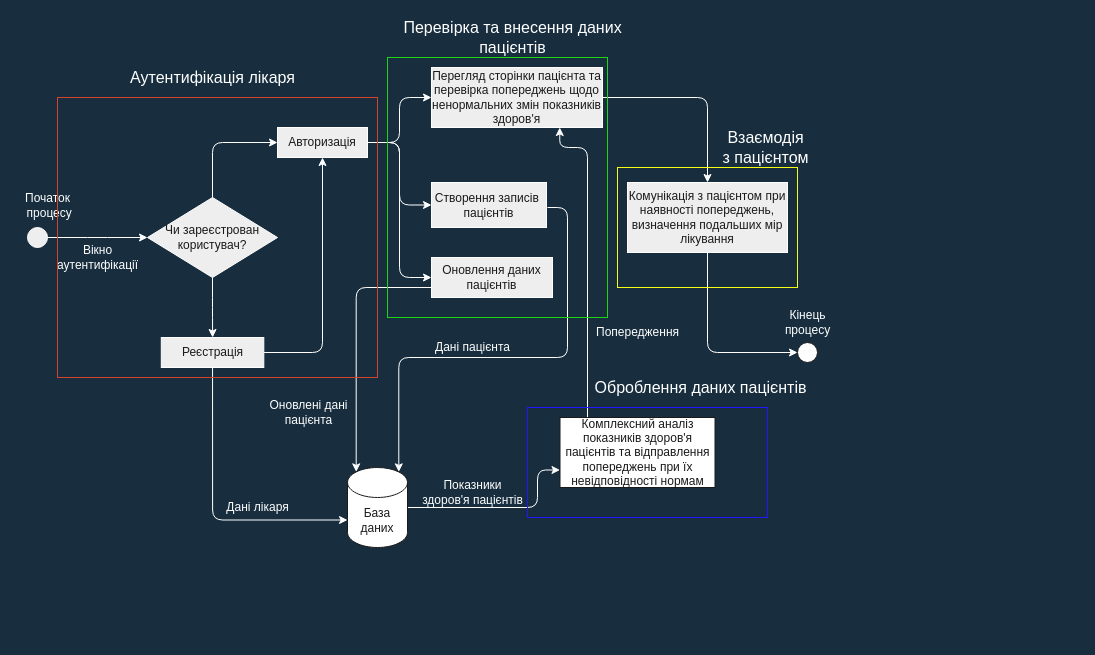
Before: Untitled Diagram.drawio in se4inilya/MAOKG, a draw.io diagram. Source tidied: cells renumbered, new cells numbered last; positions are measured from the earlier drawing's top-left corner, leaving out a move shared by most shapes. Both pictures are drawn from the tidied source at 100%, with x=0, y=0 at pixel (17, 17).
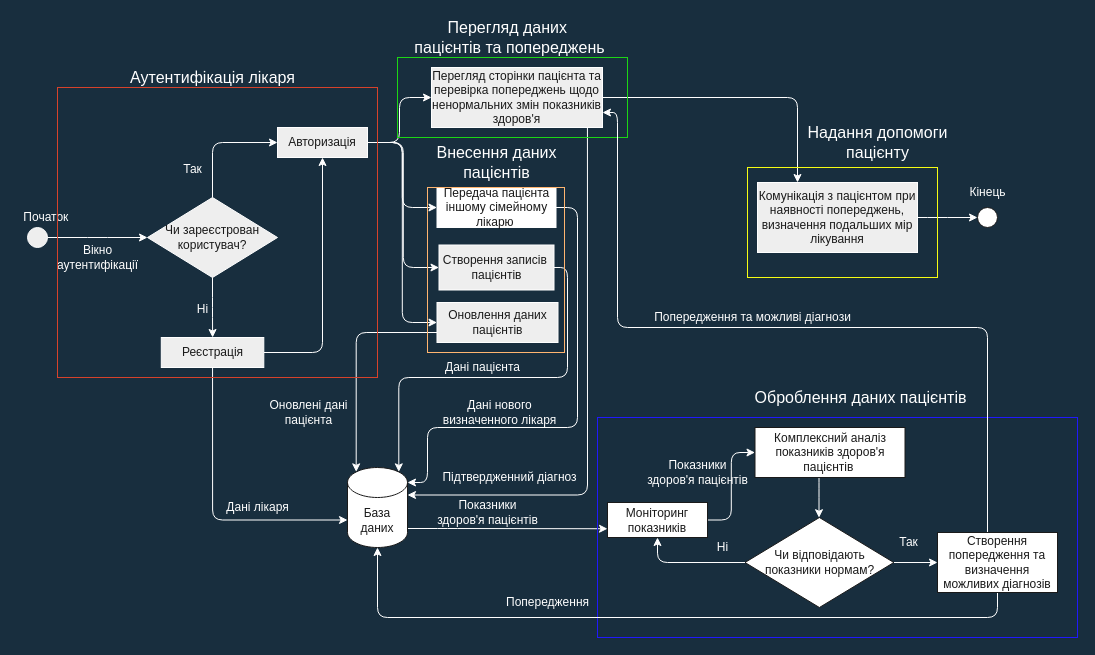
Above is the later version.

Unchanged cells that the change refers to:
```xml
<mxCell id="13" value="&lt;font color=&quot;#1a1a1a&quot;&gt;Авторизація&lt;/font&gt;" style="whiteSpace=wrap;html=1;fillColor=#EEEEEE;strokeColor=#FFFFFF;fontColor=#FFFFFF;rounded=0;sketch=0;" parent="1" vertex="1">
  <mxGeometry x="260" y="110" width="90" height="30" as="geometry" />
</mxCell>
<mxCell id="18" value="&lt;span style=&quot;background-color: rgb(255 , 255 , 255)&quot;&gt;База даних&lt;/span&gt;" style="shape=cylinder3;whiteSpace=wrap;html=1;boundedLbl=1;backgroundOutline=1;size=15;rounded=0;sketch=0;fontSize=12;fontColor=#1A1A1A;strokeColor=#1A1A1A;fillColor=#FFFFFF;" parent="1" vertex="1">
  <mxGeometry x="330" y="450" width="60" height="80" as="geometry" />
</mxCell>
<mxCell id="22" value="&lt;font color=&quot;#1a1a1a&quot;&gt;Перегляд сторінки пацієнта та перевірка попереджень щодо ненормальних змін показників здоров'я&lt;/font&gt;" style="whiteSpace=wrap;html=1;fillColor=#EEEEEE;strokeColor=#FFFFFF;fontColor=#FFFFFF;rounded=0;sketch=0;" parent="1" vertex="1">
  <mxGeometry x="414" y="50" width="171" height="60" as="geometry" />
</mxCell>
```

Change to the diagram source:
```diff
@@
-    <mxCell id="4" value="Початок&lt;br&gt;&amp;nbsp;процесу" style="text;html=1;align=center;verticalAlign=middle;strokeColor=none;fillColor=none;fontColor=#FFFFFF;" parent="1" vertex="1">
-      <mxGeometry y="172.5" width="60" height="30" as="geometry" />
+    <mxCell id="4" value="Початок&amp;nbsp;" style="text;html=1;align=center;verticalAlign=middle;strokeColor=none;fillColor=none;fontColor=#FFFFFF;" parent="1" vertex="1">
+      <mxGeometry y="190" width="60" height="20" as="geometry" />
     </mxCell>
@@
+    <mxCell id="43" style="edgeStyle=orthogonalEdgeStyle;rounded=1;sketch=0;jettySize=auto;html=1;fontSize=12;fontColor=#FFFFFF;strokeColor=#FFFFFF;entryX=0;entryY=0.5;entryDx=0;entryDy=0;" parent="1" edge="1" source="13" target="50">
+      <mxGeometry relative="1" as="geometry" />
+    </mxCell>
@@
-    <mxCell id="17" style="edgeStyle=orthogonalEdgeStyle;curved=0;rounded=1;sketch=0;jettySize=auto;html=1;fontSize=12;fontColor=#FFFFFF;strokeColor=#FFFFFF;entryX=0;entryY=0.75;entryDx=0;entryDy=0;" parent="1" edge="1" source="18" target="29">
-      <mxGeometry relative="1" as="geometry">
-        <Array as="points">
-          <mxPoint x="520" y="490" />
-          <mxPoint x="520" y="453" />
-        </Array>
-      </mxGeometry>
-    </mxCell>
+    <mxCell id="44" style="edgeStyle=orthogonalEdgeStyle;rounded=1;sketch=0;jettySize=auto;html=1;entryX=0;entryY=0.75;entryDx=0;entryDy=0;fontSize=12;fontColor=#FFFFFF;strokeColor=#FFFFFF;" parent="1" edge="1" source="18" target="63">
+      <mxGeometry relative="1" as="geometry">
+        <Array as="points">
+          <mxPoint x="430" y="511" />
+          <mxPoint x="430" y="511" />
+        </Array>
+      </mxGeometry>
+    </mxCell>
@@
-    <mxCell id="19" style="edgeStyle=orthogonalEdgeStyle;curved=0;rounded=1;sketch=0;jettySize=auto;html=1;entryX=0.855;entryY=0;entryDx=0;entryDy=4.35;entryPerimeter=0;fontSize=12;fontColor=#1A1A1A;strokeColor=#FFFFFF;" parent="1" edge="1" target="18">
+    <mxCell id="19" style="edgeStyle=orthogonalEdgeStyle;curved=0;rounded=1;sketch=0;jettySize=auto;html=1;entryX=0.855;entryY=0;entryDx=0;entryDy=4.35;entryPerimeter=0;fontSize=12;fontColor=#1A1A1A;strokeColor=#FFFFFF;exitX=1;exitY=0.5;exitDx=0;exitDy=0;" parent="1" edge="1" source="20" target="18">
       <mxGeometry relative="1" as="geometry">
-        <mxPoint x="530" y="190" as="sourcePoint" />
         <Array as="points">
-          <mxPoint x="550" y="190" />
-          <mxPoint x="550" y="340" />
-          <mxPoint x="381" y="340" />
+          <mxPoint x="550" y="250" />
+          <mxPoint x="550" y="360" />
+          <mxPoint x="381" y="360" />
         </Array>
       </mxGeometry>
     </mxCell>
     <mxCell id="20" value="&lt;font color=&quot;#1a1a1a&quot;&gt;Створення записів&amp;nbsp;&lt;br&gt;пацієнтів&lt;/font&gt;" style="whiteSpace=wrap;html=1;fillColor=#EEEEEE;strokeColor=#FFFFFF;fontColor=#FFFFFF;rounded=0;sketch=0;" parent="1" vertex="1">
-      <mxGeometry x="414" y="165" width="115" height="45" as="geometry" />
+      <mxGeometry x="421.5" y="227.5" width="115" height="45" as="geometry" />
     </mxCell>
-    <mxCell id="21" style="edgeStyle=orthogonalEdgeStyle;curved=0;rounded=1;sketch=0;jettySize=auto;html=1;fontSize=12;fontColor=#FFFFFF;strokeColor=#FFFFFF;" parent="1" edge="1" source="22" target="33">
+    <mxCell id="21" style="edgeStyle=orthogonalEdgeStyle;curved=0;rounded=1;sketch=0;jettySize=auto;html=1;fontSize=12;fontColor=#FFFFFF;strokeColor=#FFFFFF;entryX=0.25;entryY=0;entryDx=0;entryDy=0;" parent="1" edge="1" source="22" target="33">
       <mxGeometry relative="1" as="geometry" />
     </mxCell>
+    <mxCell id="45" style="edgeStyle=orthogonalEdgeStyle;rounded=1;sketch=0;jettySize=auto;html=1;entryX=1;entryY=0;entryDx=0;entryDy=27.5;entryPerimeter=0;fontSize=12;fontColor=#FFFFFF;strokeColor=#FFFFFF;exitX=0.912;exitY=0.997;exitDx=0;exitDy=0;exitPerimeter=0;" parent="1" edge="1" source="22" target="18">
+      <mxGeometry relative="1" as="geometry">
+        <Array as="points">
+          <mxPoint x="570" y="478" />
+        </Array>
+      </mxGeometry>
+    </mxCell>
@@
     <mxCell id="24" value="&lt;font color=&quot;#1a1a1a&quot;&gt;Оновлення даних пацієнтів&lt;/font&gt;" style="whiteSpace=wrap;html=1;fillColor=#EEEEEE;strokeColor=#FFFFFF;fontColor=#FFFFFF;rounded=0;sketch=0;" parent="1" vertex="1">
-      <mxGeometry x="414" y="240" width="121" height="40" as="geometry" />
+      <mxGeometry x="419.5" y="285" width="121" height="40" as="geometry" />
     </mxCell>
@@
     <mxCell id="27" value="Дані пацієнта" style="text;html=1;align=center;verticalAlign=middle;strokeColor=none;fillColor=none;fontSize=12;fontColor=#FFFFFF;" parent="1" vertex="1">
-      <mxGeometry x="410" y="320" width="90" height="20" as="geometry" />
+      <mxGeometry x="420" y="340" width="90" height="20" as="geometry" />
     </mxCell>
-    <mxCell id="28" style="edgeStyle=orthogonalEdgeStyle;curved=0;rounded=1;sketch=0;jettySize=auto;html=1;entryX=0.75;entryY=1;entryDx=0;entryDy=0;fontSize=12;fontColor=#FFFFFF;strokeColor=#FFFFFF;" parent="1" edge="1" source="29" target="22">
-      <mxGeometry relative="1" as="geometry">
-        <Array as="points">
-          <mxPoint x="570" y="130" />
-          <mxPoint x="542" y="130" />
-        </Array>
-      </mxGeometry>
-    </mxCell>
+    <mxCell id="46" style="edgeStyle=orthogonalEdgeStyle;rounded=1;sketch=0;jettySize=auto;html=1;fontSize=12;fontColor=#FFFFFF;strokeColor=#FFFFFF;" parent="1" edge="1" source="29" target="54">
+      <mxGeometry relative="1" as="geometry">
+        <Array as="points">
+          <mxPoint x="801.5" y="470" />
+          <mxPoint x="801.5" y="470" />
+        </Array>
+      </mxGeometry>
+    </mxCell>
-    <mxCell id="29" value="Комплексний аналіз показників здоров'я пацієнтів та відправлення попереджень при їх невідповідності нормам" style="whiteSpace=wrap;html=1;fillColor=#FFFFFF;strokeColor=#1A1A1A;fontColor=#1A1A1A;rounded=0;sketch=0;" parent="1" vertex="1">
-      <mxGeometry x="542.5" y="400" width="155" height="70" as="geometry" />
+    <mxCell id="29" value="Комплексний аналіз показників здоров'я пацієнтів&amp;nbsp;" style="whiteSpace=wrap;html=1;fillColor=#FFFFFF;strokeColor=#1A1A1A;fontColor=#1A1A1A;rounded=0;sketch=0;" parent="1" vertex="1">
+      <mxGeometry x="737.5" y="410" width="150" height="50" as="geometry" />
     </mxCell>
-    <mxCell id="30" value="Попередження" style="text;html=1;align=center;verticalAlign=middle;strokeColor=none;fillColor=none;fontSize=12;fontColor=#FFFFFF;" parent="1" vertex="1">
-      <mxGeometry x="570" y="305" width="100" height="20" as="geometry" />
+    <mxCell id="30" value="Попередження та можливі діагнози" style="text;html=1;align=center;verticalAlign=middle;strokeColor=none;fillColor=none;fontSize=12;fontColor=#FFFFFF;" parent="1" vertex="1">
+      <mxGeometry x="630" y="290" width="210" height="20" as="geometry" />
     </mxCell>
     <mxCell id="31" value="Показники &lt;br&gt;здоров'я пацієнтів" style="text;html=1;align=center;verticalAlign=middle;strokeColor=none;fillColor=none;fontSize=12;fontColor=#FFFFFF;" parent="1" vertex="1">
-      <mxGeometry x="395" y="460" width="120" height="30" as="geometry" />
+      <mxGeometry x="410" y="480" width="120" height="30" as="geometry" />
     </mxCell>
-    <mxCell id="32" style="edgeStyle=orthogonalEdgeStyle;curved=0;rounded=1;sketch=0;jettySize=auto;html=1;fontSize=12;fontColor=#1A1A1A;strokeColor=#FFFFFF;entryX=0;entryY=0.5;entryDx=0;entryDy=0;exitX=0.5;exitY=1;exitDx=0;exitDy=0;" parent="1" edge="1" source="33" target="34">
-      <mxGeometry relative="1" as="geometry" />
+    <mxCell id="32" style="edgeStyle=orthogonalEdgeStyle;curved=0;rounded=1;sketch=0;jettySize=auto;html=1;fontSize=12;fontColor=#1A1A1A;strokeColor=#FFFFFF;entryX=0;entryY=0.5;entryDx=0;entryDy=0;exitX=1;exitY=0.5;exitDx=0;exitDy=0;" parent="1" edge="1" source="33" target="34">
+      <mxGeometry relative="1" as="geometry">
+        <Array as="points">
+          <mxPoint x="920" y="200" />
+        </Array>
+      </mxGeometry>
     </mxCell>
     <mxCell id="33" value="&lt;font color=&quot;#1a1a1a&quot;&gt;Комунікація з пацієнтом при наявності попереджень, визначення подальших мір лікування&lt;/font&gt;" style="whiteSpace=wrap;html=1;fillColor=#EEEEEE;strokeColor=#FFFFFF;fontColor=#FFFFFF;rounded=0;sketch=0;" parent="1" vertex="1">
-      <mxGeometry x="610" y="165" width="160" height="70" as="geometry" />
+      <mxGeometry x="740" y="165" width="160" height="70" as="geometry" />
     </mxCell>
     <mxCell id="34" style="ellipse;whiteSpace=wrap;html=1;rounded=0;labelBackgroundColor=#FFFFFF;sketch=0;fontSize=12;fontColor=#1A1A1A;strokeColor=#1A1A1A;fillColor=#FFFFFF;" parent="1" vertex="1">
-      <mxGeometry x="780" y="325" width="20" height="20" as="geometry" />
+      <mxGeometry x="960" y="190" width="20" height="20" as="geometry" />
     </mxCell>
-    <mxCell id="35" value="&lt;font color=&quot;#ffffff&quot;&gt;Кінець &lt;br&gt;процесу&lt;/font&gt;" style="text;html=1;align=center;verticalAlign=middle;strokeColor=none;fillColor=none;fontSize=12;fontColor=#1A1A1A;" parent="1" vertex="1">
-      <mxGeometry x="760" y="290" width="60" height="30" as="geometry" />
+    <mxCell id="35" value="&lt;font color=&quot;#ffffff&quot;&gt;Кінець&lt;br&gt;&lt;/font&gt;" style="text;html=1;align=center;verticalAlign=middle;strokeColor=none;fillColor=none;fontSize=12;fontColor=#1A1A1A;" parent="1" vertex="1">
+      <mxGeometry x="945" y="165" width="50" height="20" as="geometry" />
     </mxCell>
     <mxCell id="36" value="&lt;font style=&quot;font-size: 16px&quot;&gt;Оброблення даних пацієнтів&lt;/font&gt;" style="text;html=1;align=center;verticalAlign=middle;strokeColor=none;fillColor=none;fontSize=12;fontColor=#FFFFFF;" parent="1" vertex="1">
-      <mxGeometry x="567.5" y="360" width="230" height="20" as="geometry" />
+      <mxGeometry x="727.5" y="370" width="230" height="20" as="geometry" />
     </mxCell>
-    <mxCell id="37" value="Перевірка та внесення даних&lt;br&gt;пацієнтів" style="text;html=1;align=center;verticalAlign=middle;strokeColor=none;fillColor=none;fontSize=16;fontColor=#FFFFFF;" parent="1" vertex="1">
-      <mxGeometry x="380" width="230" height="40" as="geometry" />
+    <mxCell id="37" value="Перегляд даних&amp;nbsp;&lt;br&gt;пацієнтів та попереджень" style="text;html=1;align=center;verticalAlign=middle;strokeColor=none;fillColor=none;fontSize=16;fontColor=#FFFFFF;" parent="1" vertex="1">
+      <mxGeometry x="387" width="210" height="40" as="geometry" />
     </mxCell>
-    <mxCell id="38" value="Взаємодія &lt;br&gt;з пацієнтом" style="text;html=1;align=center;verticalAlign=middle;strokeColor=none;fillColor=none;fontSize=16;fontColor=#FFFFFF;" parent="1" vertex="1">
-      <mxGeometry x="697.5" y="110" width="100" height="40" as="geometry" />
+    <mxCell id="38" value="Надання допомоги&lt;br&gt;пацієнту" style="text;html=1;align=center;verticalAlign=middle;strokeColor=none;fillColor=none;fontSize=16;fontColor=#FFFFFF;" parent="1" vertex="1">
+      <mxGeometry x="780" y="105" width="160" height="40" as="geometry" />
     </mxCell>
     <mxCell id="39" style="rounded=0;labelBackgroundColor=default;sketch=0;fontSize=16;whiteSpace=wrap;html=1;fillColor=none;fontColor=#333333;strokeColor=#D6422B;gradientColor=none;" parent="1" vertex="1">
-      <mxGeometry x="40" y="80" width="320" height="280" as="geometry" />
+      <mxGeometry x="40" y="70" width="320" height="290" as="geometry" />
     </mxCell>
     <mxCell id="40" style="rounded=0;whiteSpace=wrap;html=1;labelBackgroundColor=default;sketch=0;fontSize=16;fontColor=#FFFFFF;strokeColor=#1CD615;fillColor=none;gradientColor=none;" parent="1" vertex="1">
-      <mxGeometry x="370" y="40" width="220" height="260" as="geometry" />
+      <mxGeometry x="380" y="40" width="230" height="80" as="geometry" />
     </mxCell>
     <mxCell id="41" style="rounded=0;whiteSpace=wrap;html=1;labelBackgroundColor=default;sketch=0;fontSize=16;fontColor=#FFFFFF;strokeColor=#F5FC14;fillColor=none;gradientColor=none;" parent="1" vertex="1">
-      <mxGeometry x="600" y="150" width="180" height="120" as="geometry" />
+      <mxGeometry x="730" y="150" width="190" height="110" as="geometry" />
     </mxCell>
     <mxCell id="42" style="rounded=0;whiteSpace=wrap;html=1;labelBackgroundColor=default;sketch=0;fontSize=16;fontColor=#FFFFFF;strokeColor=#2119FC;fillColor=none;gradientColor=none;" parent="1" vertex="1">
-      <mxGeometry x="510" y="390" width="240" height="110" as="geometry" />
+      <mxGeometry x="580" y="400" width="480" height="220" as="geometry" />
     </mxCell>
+    <mxCell id="47" value="&lt;font style=&quot;font-size: 12px&quot;&gt;Так&lt;/font&gt;" style="text;html=1;align=center;verticalAlign=middle;strokeColor=none;fillColor=none;fontSize=16;fontColor=#FFFFFF;" parent="1" vertex="1">
+      <mxGeometry x="160" y="140" width="30" height="20" as="geometry" />
+    </mxCell>
+    <mxCell id="48" value="&lt;font style=&quot;font-size: 12px&quot;&gt;Ні&lt;/font&gt;" style="text;html=1;align=center;verticalAlign=middle;strokeColor=none;fillColor=none;fontSize=16;fontColor=#FFFFFF;" parent="1" vertex="1">
+      <mxGeometry x="170" y="280" width="30" height="20" as="geometry" />
+    </mxCell>
+    <mxCell id="49" style="edgeStyle=orthogonalEdgeStyle;rounded=1;sketch=0;jettySize=auto;html=1;entryX=1;entryY=0;entryDx=0;entryDy=15;entryPerimeter=0;fontSize=12;fontColor=#1A1A1A;strokeColor=#FFFFFF;exitX=1;exitY=0.5;exitDx=0;exitDy=0;" parent="1" edge="1" source="50" target="18">
+      <mxGeometry relative="1" as="geometry">
+        <Array as="points">
+          <mxPoint x="560" y="190" />
+          <mxPoint x="560" y="410" />
+          <mxPoint x="410" y="410" />
+          <mxPoint x="410" y="465" />
+        </Array>
+      </mxGeometry>
+    </mxCell>
+    <mxCell id="50" value="&lt;font color=&quot;#1a1a1a&quot;&gt;Передача пацієнта іншому сімейному лікарю&amp;nbsp;&lt;/font&gt;" style="whiteSpace=wrap;html=1;fillColor=default;strokeColor=#FFFFFF;fontColor=#FFFFFF;rounded=0;sketch=0;" parent="1" vertex="1">
+      <mxGeometry x="419.5" y="170" width="119" height="40" as="geometry" />
+    </mxCell>
+    <mxCell id="51" value="&lt;font color=&quot;#ffffff&quot;&gt;Дані нового &lt;br&gt;визначенного лікаря&lt;/font&gt;" style="text;html=1;align=center;verticalAlign=middle;strokeColor=none;fillColor=none;fontSize=12;fontColor=#1A1A1A;" parent="1" vertex="1">
+      <mxGeometry x="417" y="380" width="130" height="30" as="geometry" />
+    </mxCell>
+    <mxCell id="52" style="edgeStyle=orthogonalEdgeStyle;rounded=1;sketch=0;jettySize=auto;html=1;fontSize=12;fontColor=#FFFFFF;strokeColor=#FFFFFF;" parent="1" edge="1" source="54" target="57">
+      <mxGeometry relative="1" as="geometry" />
+    </mxCell>
+    <mxCell id="53" style="edgeStyle=orthogonalEdgeStyle;rounded=1;sketch=0;jettySize=auto;html=1;fontSize=12;fontColor=#FFFFFF;strokeColor=#FFFFFF;entryX=0.5;entryY=1;entryDx=0;entryDy=0;" parent="1" edge="1" source="54" target="63">
+      <mxGeometry relative="1" as="geometry">
+        <Array as="points">
+          <mxPoint x="640" y="545" />
+        </Array>
+      </mxGeometry>
+    </mxCell>
+    <mxCell id="54" value="Чи відповідають показники нормам?" style="rhombus;whiteSpace=wrap;html=1;fillColor=#FFFFFF;strokeColor=#1A1A1A;fontColor=#1A1A1A;rounded=0;sketch=0;" parent="1" vertex="1">
+      <mxGeometry x="727.5" y="500" width="148.8" height="90" as="geometry" />
+    </mxCell>
+    <mxCell id="55" style="edgeStyle=orthogonalEdgeStyle;rounded=1;sketch=0;jettySize=auto;html=1;entryX=0.5;entryY=1;entryDx=0;entryDy=0;entryPerimeter=0;fontSize=12;fontColor=#FFFFFF;strokeColor=#FFFFFF;exitX=0.5;exitY=1;exitDx=0;exitDy=0;" parent="1" edge="1" source="57" target="18">
+      <mxGeometry relative="1" as="geometry">
+        <Array as="points">
+          <mxPoint x="980" y="600" />
+          <mxPoint x="360" y="600" />
+        </Array>
+      </mxGeometry>
+    </mxCell>
+    <mxCell id="56" style="edgeStyle=orthogonalEdgeStyle;rounded=1;sketch=0;jettySize=auto;html=1;entryX=1;entryY=0.75;entryDx=0;entryDy=0;fontSize=12;fontColor=#FFFFFF;strokeColor=#FFFFFF;" parent="1" edge="1" source="57" target="22">
+      <mxGeometry relative="1" as="geometry">
+        <Array as="points">
+          <mxPoint x="970" y="310" />
+          <mxPoint x="600" y="310" />
+          <mxPoint x="600" y="95" />
+        </Array>
+      </mxGeometry>
+    </mxCell>
+    <mxCell id="57" value="Створення попередження та визначення можливих діагнозів" style="whiteSpace=wrap;html=1;fillColor=#FFFFFF;strokeColor=#1A1A1A;fontColor=#1A1A1A;rounded=0;sketch=0;" parent="1" vertex="1">
+      <mxGeometry x="920" y="515" width="120" height="60" as="geometry" />
+    </mxCell>
+    <mxCell id="58" value="Так" style="text;html=1;align=center;verticalAlign=middle;strokeColor=none;fillColor=none;fontSize=12;fontColor=#FFFFFF;" parent="1" vertex="1">
+      <mxGeometry x="876.2" y="515" width="30" height="20" as="geometry" />
+    </mxCell>
+    <mxCell id="59" value="Ні" style="text;html=1;align=center;verticalAlign=middle;strokeColor=none;fillColor=none;fontSize=12;fontColor=#FFFFFF;" parent="1" vertex="1">
+      <mxGeometry x="690" y="520" width="30" height="20" as="geometry" />
+    </mxCell>
+    <mxCell id="60" value="Попередження" style="text;html=1;align=center;verticalAlign=middle;strokeColor=none;fillColor=none;fontSize=12;fontColor=#FFFFFF;" parent="1" vertex="1">
+      <mxGeometry x="480" y="575" width="100" height="20" as="geometry" />
+    </mxCell>
+    <mxCell id="61" value="Підтвердженний діагноз" style="text;html=1;align=center;verticalAlign=middle;strokeColor=none;fillColor=none;fontSize=12;fontColor=#FFFFFF;" parent="1" vertex="1">
+      <mxGeometry x="417" y="450" width="150" height="20" as="geometry" />
+    </mxCell>
+    <mxCell id="62" style="edgeStyle=orthogonalEdgeStyle;rounded=1;sketch=0;jettySize=auto;html=1;entryX=0;entryY=0.5;entryDx=0;entryDy=0;fontSize=12;fontColor=#FFFFFF;strokeColor=#FFFFFF;" parent="1" edge="1" source="63" target="29">
+      <mxGeometry relative="1" as="geometry" />
+    </mxCell>
+    <mxCell id="63" value="Моніторинг показників" style="whiteSpace=wrap;html=1;fillColor=#FFFFFF;strokeColor=#1A1A1A;fontColor=#1A1A1A;rounded=0;sketch=0;" parent="1" vertex="1">
+      <mxGeometry x="590" y="485" width="100" height="35" as="geometry" />
+    </mxCell>
+    <mxCell id="64" value="Показники&lt;br&gt;здоров'я пацієнтів" style="text;html=1;align=center;verticalAlign=middle;strokeColor=none;fillColor=none;fontSize=12;fontColor=#FFFFFF;" parent="1" vertex="1">
+      <mxGeometry x="620" y="440" width="120" height="30" as="geometry" />
+    </mxCell>
+    <mxCell id="65" value="&lt;span style=&quot;font-size: 16px&quot;&gt;Внесення даних&lt;/span&gt;&lt;br style=&quot;font-size: 16px&quot;&gt;&lt;span style=&quot;font-size: 16px&quot;&gt;пацієнтів&lt;/span&gt;" style="text;html=1;align=center;verticalAlign=middle;strokeColor=none;fillColor=none;fontSize=12;fontColor=#FFFFFF;" parent="1" vertex="1">
+      <mxGeometry x="409" y="130" width="140" height="30" as="geometry" />
+    </mxCell>
+    <mxCell id="66" style="rounded=0;whiteSpace=wrap;html=1;labelBackgroundColor=default;sketch=0;fontSize=12;fontColor=#FFFFFF;strokeColor=#FFB570;fillColor=none;gradientColor=none;" parent="1" vertex="1">
+      <mxGeometry x="410" y="170" width="137" height="165" as="geometry" />
+    </mxCell>
```
